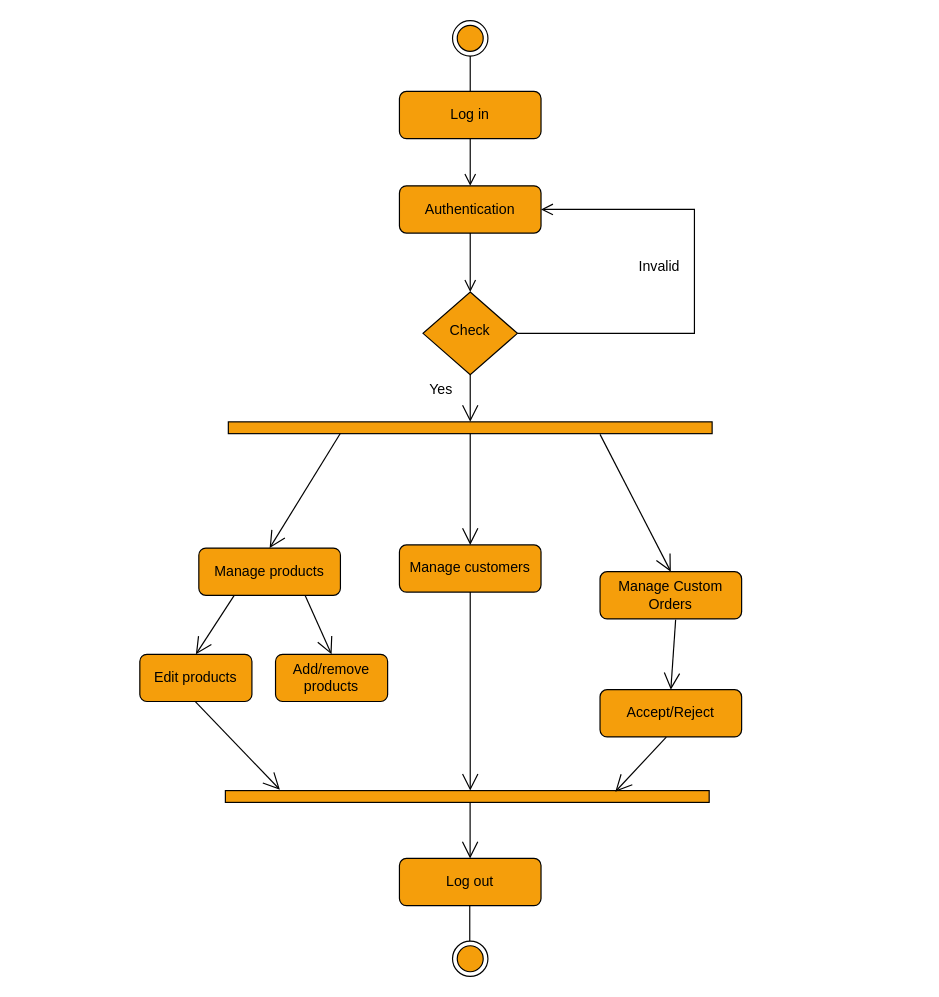
Above: UML/Admin Activity Diagram.drawio in AnuElizaK/BakeJourney (draw.io), before the change. Source tidied: cells renumbered, new cells numbered last; positions are measured from the earlier drawing's top-left corner, leaving out a move shared by most shapes. Both pictures are drawn from the tidied source at 118%, with x=0, y=0 at pixel (139, 20).
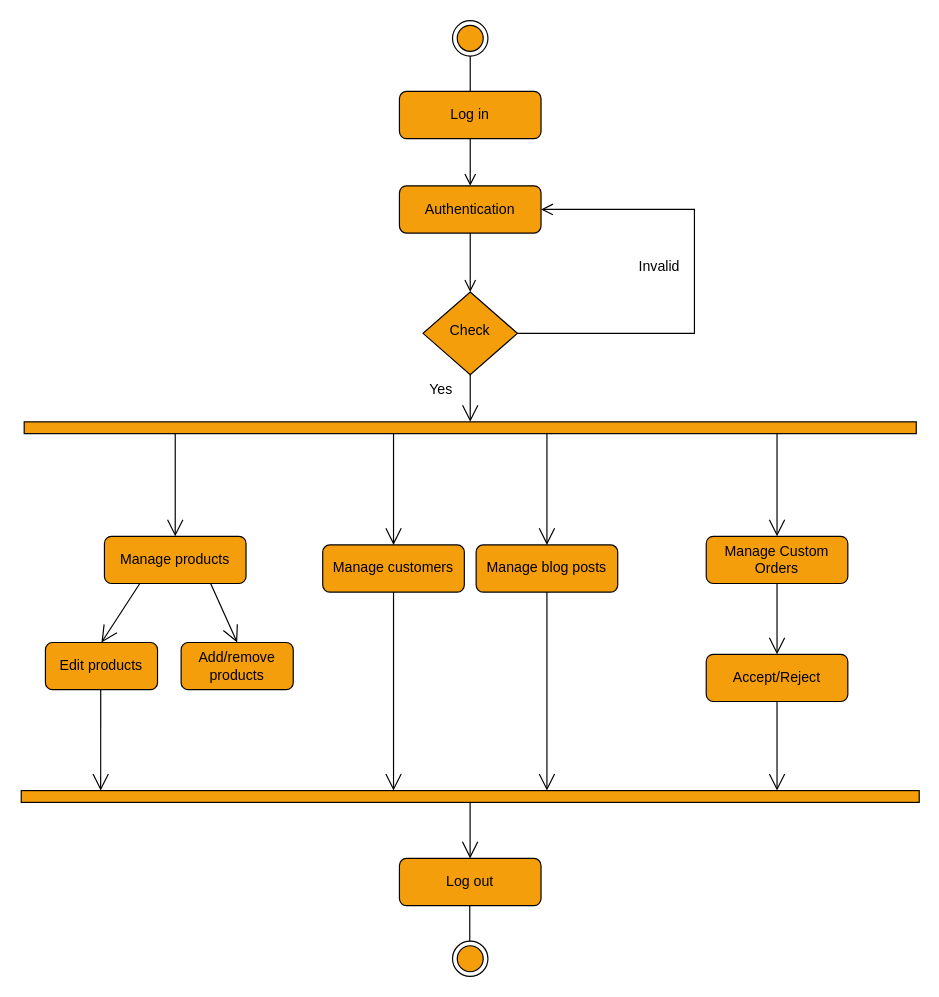
The same diagram, later.

Unchanged cells that the change refers to:
```xml
<mxCell id="5" value="&lt;font style=&quot;color: light-dark(rgb(0, 0, 0), rgb(0, 0, 0));&quot;&gt;Check&lt;/font&gt;" style="rhombus;whiteSpace=wrap;html=1;shadow=0;fontFamily=Helvetica;fontSize=12;align=center;strokeWidth=1;spacing=6;spacingTop=-4;fillColor=light-dark(#F59E0B,#F59E0B);strokeColor=light-dark(#000000,#000000);" parent="1" vertex="1">
  <mxGeometry x="240" y="230" width="80" height="70" as="geometry" />
</mxCell>
```

Diff of the diagram source:
```diff
@@
-<mxGraphModel>
+<mxGraphModel background="light-dark(#FFFFFF,#FFFFFF)">
@@
-    <mxCell id="12" style="html=1;points=[[0,0,0,0,5],[0,1,0,0,-5],[1,0,0,0,5],[1,1,0,0,-5]];perimeter=orthogonalPerimeter;outlineConnect=0;targetShapes=umlLifeline;portConstraint=eastwest;newEdgeStyle={&quot;curved&quot;:0,&quot;rounded&quot;:0};rotation=-90;strokeColor=light-dark(#000000,#000000);fillColor=light-dark(#F59E0B,#F59E0B);" parent="1" vertex="1">
-      <mxGeometry x="275" y="140" width="10" height="410" as="geometry" />
-    </mxCell>
+    <mxCell id="33" style="html=1;points=[[0,0,0,0,5],[0,1,0,0,-5],[1,0,0,0,5],[1,1,0,0,-5]];perimeter=orthogonalPerimeter;outlineConnect=0;targetShapes=umlLifeline;portConstraint=eastwest;newEdgeStyle={&quot;curved&quot;:0,&quot;rounded&quot;:0};rotation=-90;strokeColor=light-dark(#000000,#000000);fillColor=light-dark(#F59E0B,#F59E0B);" parent="1" vertex="1">
+      <mxGeometry x="275" y="-33" width="10" height="756" as="geometry" />
+    </mxCell>
     <mxCell id="13" value="&lt;font style=&quot;color: light-dark(rgb(0, 0, 0), rgb(0, 0, 0));&quot;&gt;Manage products&lt;/font&gt;" style="rounded=1;whiteSpace=wrap;html=1;fontSize=12;glass=0;strokeWidth=1;shadow=0;fillColor=light-dark(#F59E0B,#F59E0B);strokeColor=light-dark(#000000,#000000);" parent="1" vertex="1">
-      <mxGeometry x="50" y="447" width="120" height="40" as="geometry" />
+      <mxGeometry x="-30" y="437" width="120" height="40" as="geometry" />
     </mxCell>
-    <mxCell id="14" style="endArrow=open;endFill=1;endSize=12;html=1;rounded=0;strokeColor=light-dark(#000000,#000000);entryX=0.5;entryY=0;entryDx=0;entryDy=0;exitX=0.034;exitY=0.378;exitDx=0;exitDy=0;exitPerimeter=0;" parent="1" edge="1" target="13">
-      <mxGeometry relative="1" as="geometry">
-        <mxPoint x="170" y="349.7" as="sourcePoint" />
-      </mxGeometry>
-    </mxCell>
+    <mxCell id="34" style="endArrow=open;endFill=1;endSize=12;html=1;rounded=0;strokeColor=light-dark(#000000,#000000);entryX=0.5;entryY=0;entryDx=0;entryDy=0;" parent="1" edge="1" source="33" target="13">
+      <mxGeometry relative="1" as="geometry" />
+    </mxCell>
@@
     <mxCell id="16" value="&lt;font style=&quot;color: light-dark(rgb(0, 0, 0), rgb(0, 0, 0));&quot;&gt;Edit products&lt;/font&gt;" style="rounded=1;whiteSpace=wrap;html=1;fontSize=12;glass=0;strokeWidth=1;shadow=0;strokeColor=light-dark(#000000,#000000);fillColor=light-dark(#F59E0B,#F59E0B);" parent="1" vertex="1">
-      <mxGeometry y="537" width="95" height="40" as="geometry" />
+      <mxGeometry x="-80" y="527" width="95" height="40" as="geometry" />
     </mxCell>
-    <mxCell id="17" style="html=1;points=[[0,0,0,0,5],[0,1,0,0,-5],[1,0,0,0,5],[1,1,0,0,-5]];perimeter=orthogonalPerimeter;outlineConnect=0;targetShapes=umlLifeline;portConstraint=eastwest;newEdgeStyle={&quot;curved&quot;:0,&quot;rounded&quot;:0};rotation=-90;strokeColor=light-dark(#000000,#000000);fillColor=light-dark(#F59E0B,#F59E0B);" parent="1" vertex="1">
-      <mxGeometry x="272.5" y="452.5" width="10" height="410" as="geometry" />
-    </mxCell>
-    <mxCell id="18" style="endArrow=open;endFill=1;endSize=12;html=1;rounded=0;exitX=0.5;exitY=1;exitDx=0;exitDy=0;strokeColor=light-dark(#000000,#000000);" parent="1" edge="1" source="5" target="12">
-      <mxGeometry relative="1" as="geometry" />
-    </mxCell>
+    <mxCell id="35" style="html=1;points=[[0,0,0,0,5],[0,1,0,0,-5],[1,0,0,0,5],[1,1,0,0,-5]];perimeter=orthogonalPerimeter;outlineConnect=0;targetShapes=umlLifeline;portConstraint=eastwest;newEdgeStyle={&quot;curved&quot;:0,&quot;rounded&quot;:0};rotation=-90;strokeColor=light-dark(#000000,#000000);fillColor=light-dark(#F59E0B,#F59E0B);" parent="1" vertex="1">
+      <mxGeometry x="275" y="277" width="10" height="761" as="geometry" />
+    </mxCell>
+    <mxCell id="36" style="endArrow=open;endFill=1;endSize=12;html=1;rounded=0;exitX=0.5;exitY=1;exitDx=0;exitDy=0;strokeColor=light-dark(#000000,#000000);" parent="1" edge="1" source="5" target="33">
+      <mxGeometry relative="1" as="geometry" />
+    </mxCell>
     <mxCell id="19" value="&lt;font style=&quot;color: light-dark(rgb(0, 0, 0), rgb(0, 0, 0));&quot;&gt;Manage Custom Orders&lt;/font&gt;" style="rounded=1;whiteSpace=wrap;html=1;fontSize=12;glass=0;strokeWidth=1;shadow=0;fillColor=light-dark(#F59E0B,#F59E0B);strokeColor=light-dark(#000000,#000000);" parent="1" vertex="1">
-      <mxGeometry x="390" y="467" width="120" height="40" as="geometry" />
+      <mxGeometry x="480" y="437" width="120" height="40" as="geometry" />
     </mxCell>
-    <mxCell id="20" style="endArrow=open;endFill=1;endSize=12;html=1;rounded=0;strokeColor=light-dark(#000000,#000000);entryX=0.5;entryY=0;entryDx=0;entryDy=0;exitX=-0.059;exitY=0.622;exitDx=0;exitDy=0;exitPerimeter=0;" parent="1" edge="1" target="19">
-      <mxGeometry relative="1" as="geometry">
-        <mxPoint x="390" y="350.6" as="sourcePoint" />
-      </mxGeometry>
-    </mxCell>
+    <mxCell id="37" style="endArrow=open;endFill=1;endSize=12;html=1;rounded=0;strokeColor=light-dark(#000000,#000000);entryX=0.5;entryY=0;entryDx=0;entryDy=0;" parent="1" edge="1" source="33" target="19">
+      <mxGeometry relative="1" as="geometry" />
+    </mxCell>
-    <mxCell id="21" style="endArrow=open;endFill=1;endSize=12;html=1;rounded=0;strokeColor=light-dark(#000000,#000000);exitX=0.534;exitY=1.019;exitDx=0;exitDy=0;exitPerimeter=0;entryX=0.5;entryY=0;entryDx=0;entryDy=0;" parent="1" edge="1" source="19" target="31">
+    <mxCell id="21" style="endArrow=open;endFill=1;endSize=12;html=1;rounded=0;strokeColor=light-dark(#000000,#000000);exitX=0.5;exitY=1;exitDx=0;exitDy=0;entryX=0.5;entryY=0;entryDx=0;entryDy=0;" parent="1" edge="1" source="19" target="31">
       <mxGeometry relative="1" as="geometry" />
     </mxCell>
@@
-    <mxCell id="23" style="endArrow=none;html=1;rounded=0;strokeColor=light-dark(#000000,#000000);entryX=0.5;entryY=1;entryDx=0;entryDy=0;exitX=0.5;exitY=0;exitDx=0;exitDy=0;" parent="1" edge="1">
-      <mxGeometry relative="1" as="geometry">
-        <mxPoint x="279.6" y="780" as="sourcePoint" />
-        <mxPoint x="279.6" y="750" as="targetPoint" />
-      </mxGeometry>
-    </mxCell>
-    <mxCell id="24" style="endArrow=open;endFill=1;endSize=12;html=1;rounded=0;strokeColor=light-dark(#000000,#000000);entryX=1.077;entryY=0.137;entryDx=0;entryDy=0;entryPerimeter=0;exitX=0.493;exitY=0.997;exitDx=0;exitDy=0;exitPerimeter=0;" parent="1" edge="1" source="16">
-      <mxGeometry relative="1" as="geometry">
-        <mxPoint x="118.7" y="651.7" as="targetPoint" />
-      </mxGeometry>
-    </mxCell>
-    <mxCell id="25" style="endArrow=open;endFill=1;endSize=12;html=1;rounded=0;strokeColor=light-dark(#000000,#000000);" parent="1" edge="1" source="17">
-      <mxGeometry relative="1" as="geometry">
-        <mxPoint x="279.9" y="710" as="targetPoint" />
-      </mxGeometry>
-    </mxCell>
+    <mxCell id="38" style="endArrow=none;html=1;rounded=0;strokeColor=light-dark(#000000,#000000);entryX=0.5;entryY=1;entryDx=0;entryDy=0;exitX=0.5;exitY=0;exitDx=0;exitDy=0;" parent="1" edge="1">
+      <mxGeometry relative="1" as="geometry">
+        <mxPoint x="279.6" y="780" as="sourcePoint" />
+        <mxPoint x="279.6" y="750" as="targetPoint" />
+      </mxGeometry>
+    </mxCell>
+    <mxCell id="39" style="endArrow=open;endFill=1;endSize=12;html=1;rounded=0;strokeColor=light-dark(#000000,#000000);exitX=0.493;exitY=0.997;exitDx=0;exitDy=0;exitPerimeter=0;" parent="1" edge="1" source="16" target="35">
+      <mxGeometry relative="1" as="geometry" />
+    </mxCell>
+    <mxCell id="40" style="endArrow=open;endFill=1;endSize=12;html=1;rounded=0;strokeColor=light-dark(#000000,#000000);" parent="1" edge="1" source="35">
+      <mxGeometry relative="1" as="geometry">
+        <mxPoint x="279.9" y="710" as="targetPoint" />
+      </mxGeometry>
+    </mxCell>
     <mxCell id="26" value="&lt;font style=&quot;color: light-dark(rgb(0, 0, 0), rgb(0, 0, 0));&quot;&gt;Manage customers&lt;/font&gt;" style="rounded=1;whiteSpace=wrap;html=1;fontSize=12;glass=0;strokeWidth=1;shadow=0;fillColor=light-dark(#F59E0B,#F59E0B);strokeColor=light-dark(#000000,#000000);" parent="1" vertex="1">
-      <mxGeometry x="220" y="444.3" width="120" height="40" as="geometry" />
+      <mxGeometry x="155" y="444.3" width="120" height="40" as="geometry" />
     </mxCell>
-    <mxCell id="27" style="endArrow=open;endFill=1;endSize=12;html=1;rounded=0;strokeColor=light-dark(#000000,#000000);entryX=0.5;entryY=0;entryDx=0;entryDy=0;" parent="1" edge="1" target="26">
-      <mxGeometry relative="1" as="geometry">
-        <mxPoint x="280" y="350" as="sourcePoint" />
-      </mxGeometry>
-    </mxCell>
-    <mxCell id="28" style="endArrow=open;endFill=1;endSize=12;html=1;rounded=0;strokeColor=light-dark(#000000,#000000);exitX=0.5;exitY=1;exitDx=0;exitDy=0;" parent="1" edge="1" source="26" target="17">
-      <mxGeometry relative="1" as="geometry" />
-    </mxCell>
+    <mxCell id="41" style="endArrow=open;endFill=1;endSize=12;html=1;rounded=0;strokeColor=light-dark(#000000,#000000);entryX=0.5;entryY=0;entryDx=0;entryDy=0;" parent="1" edge="1" target="26">
+      <mxGeometry relative="1" as="geometry">
+        <mxPoint x="215" y="350" as="sourcePoint" />
+      </mxGeometry>
+    </mxCell>
+    <mxCell id="42" style="endArrow=open;endFill=1;endSize=12;html=1;rounded=0;strokeColor=light-dark(#000000,#000000);exitX=0.5;exitY=1;exitDx=0;exitDy=0;" parent="1" edge="1" source="26">
+      <mxGeometry relative="1" as="geometry">
+        <mxPoint x="215" y="652.5" as="targetPoint" />
+      </mxGeometry>
+    </mxCell>
     <mxCell id="29" value="&lt;font style=&quot;color: light-dark(rgb(0, 0, 0), rgb(0, 0, 0));&quot;&gt;Add/remove products&lt;/font&gt;" style="rounded=1;whiteSpace=wrap;html=1;fontSize=12;glass=0;strokeWidth=1;shadow=0;strokeColor=light-dark(#000000,#000000);fillColor=light-dark(#F59E0B,#F59E0B);" parent="1" vertex="1">
-      <mxGeometry x="115" y="537" width="95" height="40" as="geometry" />
+      <mxGeometry x="35" y="527" width="95" height="40" as="geometry" />
     </mxCell>
@@
     <mxCell id="31" value="&lt;font style=&quot;color: light-dark(rgb(0, 0, 0), rgb(0, 0, 0));&quot;&gt;Accept/Reject&lt;/font&gt;" style="rounded=1;whiteSpace=wrap;html=1;fontSize=12;glass=0;strokeWidth=1;shadow=0;fillColor=light-dark(#F59E0B,#F59E0B);strokeColor=light-dark(#000000,#000000);" parent="1" vertex="1">
-      <mxGeometry x="390" y="567" width="120" height="40" as="geometry" />
+      <mxGeometry x="480" y="537" width="120" height="40" as="geometry" />
     </mxCell>
-    <mxCell id="32" style="endArrow=open;endFill=1;endSize=12;html=1;rounded=0;strokeColor=light-dark(#000000,#000000);exitX=0.468;exitY=1.005;exitDx=0;exitDy=0;exitPerimeter=0;entryX=0.911;entryY=0.806;entryDx=0;entryDy=0;entryPerimeter=0;" parent="1" edge="1" source="31" target="17">
-      <mxGeometry relative="1" as="geometry" />
-    </mxCell>
+    <mxCell id="43" style="endArrow=open;endFill=1;endSize=12;html=1;rounded=0;strokeColor=light-dark(#000000,#000000);exitX=0.468;exitY=1.005;exitDx=0;exitDy=0;exitPerimeter=0;" parent="1" edge="1" target="35">
+      <mxGeometry relative="1" as="geometry">
+        <mxPoint x="540" y="577" as="sourcePoint" />
+      </mxGeometry>
+    </mxCell>
+    <mxCell id="44" value="&lt;font style=&quot;color: light-dark(rgb(0, 0, 0), rgb(0, 0, 0));&quot;&gt;Manage blog posts&lt;/font&gt;" style="rounded=1;whiteSpace=wrap;html=1;fontSize=12;glass=0;strokeWidth=1;shadow=0;fillColor=light-dark(#F59E0B,#F59E0B);strokeColor=light-dark(#000000,#000000);" parent="1" vertex="1">
+      <mxGeometry x="285" y="444.3" width="120" height="40" as="geometry" />
+    </mxCell>
+    <mxCell id="45" style="endArrow=open;endFill=1;endSize=12;html=1;rounded=0;strokeColor=light-dark(#000000,#000000);entryX=0.5;entryY=0;entryDx=0;entryDy=0;" parent="1" edge="1" source="33" target="44">
+      <mxGeometry relative="1" as="geometry" />
+    </mxCell>
+    <mxCell id="46" style="endArrow=open;endFill=1;endSize=12;html=1;rounded=0;strokeColor=light-dark(#000000,#000000);exitX=0.5;exitY=1;exitDx=0;exitDy=0;" parent="1" edge="1" source="44" target="35">
+      <mxGeometry relative="1" as="geometry" />
+    </mxCell>
```
